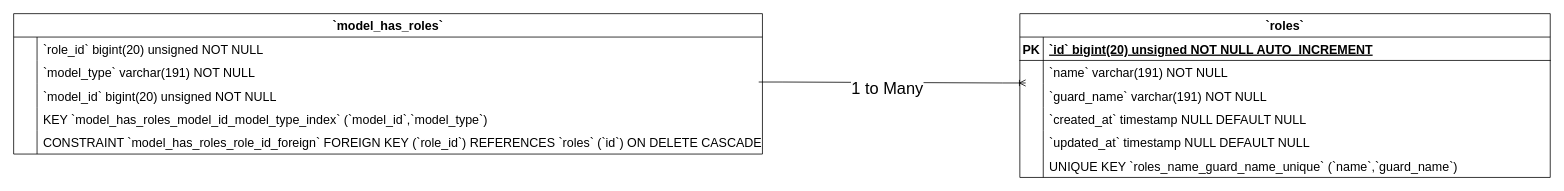
Simasco/diagram keeps this draw.io diagram as Model Has Roles ERD Diagram.drawio. Above is the earlier version. Source tidied: cells renumbered, new cells numbered last; positions are measured from the earlier drawing's top-left corner, leaving out a move shared by most shapes. Both pictures are drawn from the tidied source at 78%, with x=0, y=0 at pixel (13, 13).
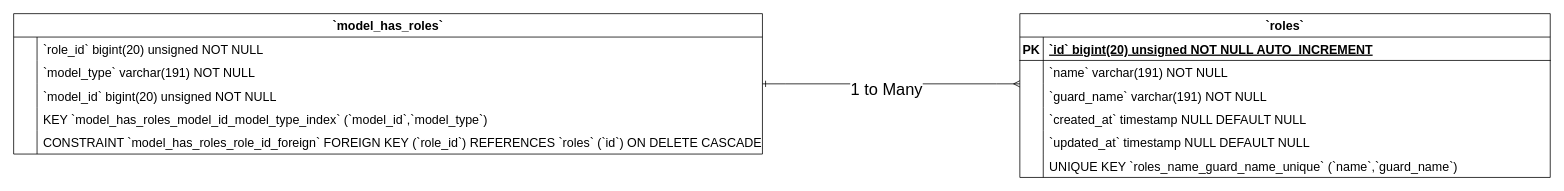
The same page after the edit.

The change refers to these unchanged cells:
```xml
<mxCell id="9" style="shape=tableRow;horizontal=0;startSize=0;swimlaneHead=0;swimlaneBody=0;fillColor=none;points=[[0,0.5],[1,0.5]];portConstraint=eastwest;strokeColor=inherit;top=0;left=0;right=0;bottom=0;fontSize=16;" parent="2" vertex="1">
  <mxGeometry y="90" width="680" height="30" as="geometry" />
</mxCell>
<mxCell id="28" style="shape=tableRow;horizontal=0;startSize=0;swimlaneHead=0;swimlaneBody=0;fillColor=none;points=[[0,0.5],[1,0.5]];portConstraint=eastwest;strokeColor=inherit;top=0;left=0;right=0;bottom=0;fontSize=16;" parent="21" vertex="1">
  <mxGeometry y="90" width="960" height="30" as="geometry" />
</mxCell>
```

What changed in the source:
```diff
@@
-    <mxCell id="37" style="edgeStyle=entityRelationEdgeStyle;fontSize=12;html=1;endArrow=ERoneToMany;rounded=0;exitX=0.995;exitY=-0.078;exitDx=0;exitDy=0;exitPerimeter=0;entryX=0.011;entryY=-0.037;entryDx=0;entryDy=0;entryPerimeter=0;" parent="1" edge="1" source="28" target="9">
+    <mxCell id="37" style="edgeStyle=entityRelationEdgeStyle;fontSize=12;html=1;endArrow=ERmany;rounded=0;endFill=0;startArrow=ERone;startFill=0;" parent="1" edge="1">
       <mxGeometry relative="1" as="geometry">
+        <mxPoint x="960" y="90" as="sourcePoint" />
+        <mxPoint x="1290" y="90" as="targetPoint" />
         <Array as="points">
           <mxPoint x="961" y="80" />
         </Array>
       </mxGeometry>
     </mxCell>
```
